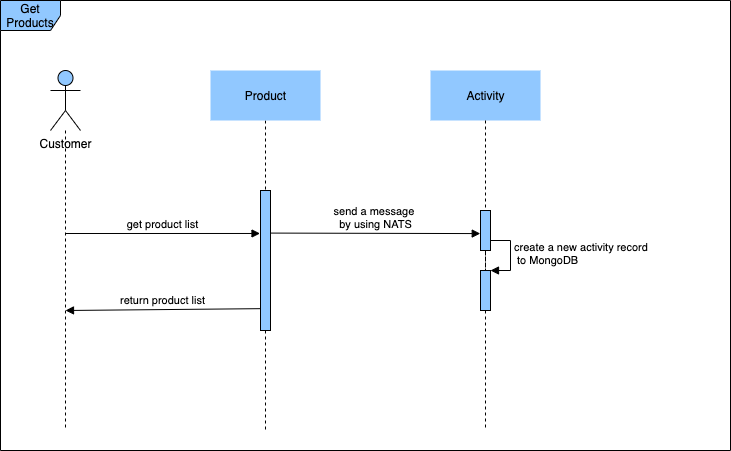
quoctrungdh/iCommerce keeps this draw.io diagram as diagrams/Get-product-UML.png. Above is the earlier version. Source tidied: cells renumbered, new cells last; positions are measured from the earlier drawing's top-left corner, leaving out a move shared by most shapes. Its diagram source:
```xml
<mxGraphModel>
  <root>
    <mxCell id="0" />
    <mxCell id="1" parent="0" />
    <mxCell id="2" value="Get Products" style="shape=umlFrame;whiteSpace=wrap;html=1;fillColor=#91C8FF;" parent="1" vertex="1">
      <mxGeometry width="730" height="450" as="geometry" />
    </mxCell>
    <mxCell id="3" style="edgeStyle=orthogonalEdgeStyle;rounded=0;jettySize=auto;html=1;dashed=1;endArrow=none;endFill=0;" parent="1" edge="1" source="4">
      <mxGeometry relative="1" as="geometry">
        <mxPoint x="65" y="430" as="targetPoint" />
      </mxGeometry>
    </mxCell>
    <mxCell id="4" value="Customer" style="shape=umlActor;verticalLabelPosition=bottom;verticalAlign=top;html=1;fillColor=#91C8FF;" parent="1" vertex="1">
      <mxGeometry x="50" y="70" width="30" height="60" as="geometry" />
    </mxCell>
    <mxCell id="5" style="edgeStyle=orthogonalEdgeStyle;rounded=0;jettySize=auto;html=1;dashed=1;endArrow=none;endFill=0;" parent="1" edge="1" source="6">
      <mxGeometry relative="1" as="geometry">
        <mxPoint x="265" y="430" as="targetPoint" />
      </mxGeometry>
    </mxCell>
    <mxCell id="6" value="Product" style="html=1;fillColor=#91C8FF;strokeColor=none;" parent="1" vertex="1">
      <mxGeometry x="210" y="70" width="110" height="50" as="geometry" />
    </mxCell>
    <mxCell id="7" style="edgeStyle=orthogonalEdgeStyle;rounded=0;jettySize=auto;html=1;dashed=1;endArrow=none;endFill=0;" parent="1" edge="1" source="16">
      <mxGeometry relative="1" as="geometry">
        <mxPoint x="485" y="430" as="targetPoint" />
      </mxGeometry>
    </mxCell>
    <mxCell id="8" value="Activity" style="html=1;fillColor=#91C8FF;strokeColor=none;" parent="1" vertex="1">
      <mxGeometry x="430" y="70" width="110" height="50" as="geometry" />
    </mxCell>
    <mxCell id="9" style="html=1;points=[];perimeter=orthogonalPerimeter;fillColor=#91C8FF;" parent="1" vertex="1">
      <mxGeometry x="260" y="190" width="10" height="140" as="geometry" />
    </mxCell>
    <mxCell id="10" value="get product list" style="html=1;verticalAlign=bottom;endArrow=block;entryX=-0.047;entryY=0.307;entryDx=0;entryDy=0;entryPerimeter=0;" parent="1" edge="1" target="9">
      <mxGeometry relative="1" as="geometry">
        <mxPoint x="65" y="233" as="sourcePoint" />
      </mxGeometry>
    </mxCell>
    <mxCell id="11" value="return product list" style="html=1;verticalAlign=bottom;endArrow=block;exitX=0;exitY=0.844;exitDx=0;exitDy=0;exitPerimeter=0;" parent="1" edge="1" source="9">
      <mxGeometry relative="1" as="geometry">
        <mxPoint x="65" y="310" as="targetPoint" />
      </mxGeometry>
    </mxCell>
    <mxCell id="12" value="send a message &lt;br&gt;by using NATS" style="html=1;verticalAlign=bottom;endArrow=block;entryX=-0.024;entryY=0.577;entryDx=0;entryDy=0;entryPerimeter=0;" parent="1" edge="1" target="15">
      <mxGeometry relative="1" as="geometry">
        <mxPoint x="270" y="232.6" as="sourcePoint" />
      </mxGeometry>
    </mxCell>
    <mxCell id="13" style="edgeStyle=orthogonalEdgeStyle;rounded=0;jettySize=auto;html=1;dashed=1;endArrow=none;endFill=0;" parent="1" edge="1" source="8" target="15">
      <mxGeometry relative="1" as="geometry" />
    </mxCell>
    <mxCell id="14" value="create a new activity record&lt;br&gt;&amp;nbsp;to MongoDB" style="edgeStyle=orthogonalEdgeStyle;html=1;align=left;spacingLeft=2;endArrow=block;rounded=0;entryX=1;entryY=0;" parent="1" edge="1" target="16">
      <mxGeometry relative="1" as="geometry">
        <mxPoint x="485" y="240" as="sourcePoint" />
        <Array as="points">
          <mxPoint x="510" y="240" />
        </Array>
      </mxGeometry>
    </mxCell>
    <mxCell id="15" style="html=1;points=[];perimeter=orthogonalPerimeter;fillColor=#91C8FF;" parent="1" vertex="1">
      <mxGeometry x="480" y="210" width="10" height="40" as="geometry" />
    </mxCell>
    <mxCell id="16" style="html=1;points=[];perimeter=orthogonalPerimeter;fillColor=#91C8FF;" parent="1" vertex="1">
      <mxGeometry x="480" y="270" width="10" height="40" as="geometry" />
    </mxCell>
    <mxCell id="17" style="edgeStyle=orthogonalEdgeStyle;rounded=0;jettySize=auto;html=1;dashed=1;endArrow=none;endFill=0;" parent="1" edge="1" source="15" target="16">
      <mxGeometry relative="1" as="geometry" />
    </mxCell>
  </root>
</mxGraphModel>
```
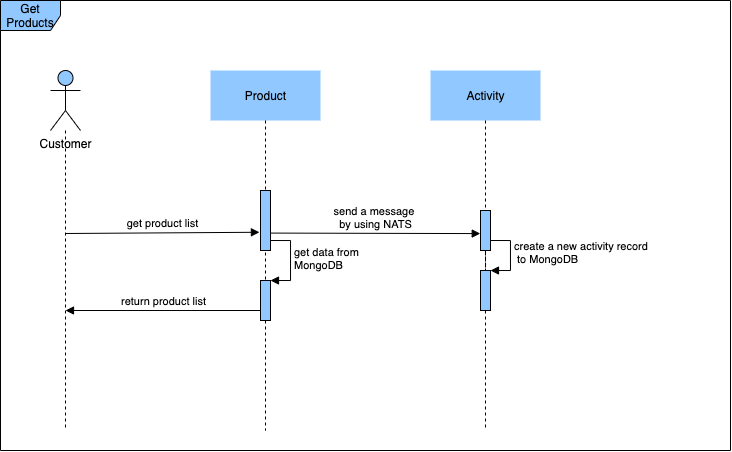
Later version of the same file.

The edit, as a diff of the source:
```diff
@@ -13,7 +13,7 @@
     <mxCell id="4" value="Customer" style="shape=umlActor;verticalLabelPosition=bottom;verticalAlign=top;html=1;fillColor=#91C8FF;" parent="1" vertex="1">
       <mxGeometry x="50" y="70" width="30" height="60" as="geometry" />
     </mxCell>
-    <mxCell id="5" style="edgeStyle=orthogonalEdgeStyle;rounded=0;jettySize=auto;html=1;dashed=1;endArrow=none;endFill=0;" parent="1" edge="1" source="6">
+    <mxCell id="5" style="edgeStyle=orthogonalEdgeStyle;rounded=0;jettySize=auto;html=1;dashed=1;endArrow=none;endFill=0;" parent="1" edge="1" source="19">
       <mxGeometry relative="1" as="geometry">
         <mxPoint x="265" y="430" as="targetPoint" />
       </mxGeometry>
@@ -29,15 +29,12 @@
     <mxCell id="8" value="Activity" style="html=1;fillColor=#91C8FF;strokeColor=none;" parent="1" vertex="1">
       <mxGeometry x="430" y="70" width="110" height="50" as="geometry" />
     </mxCell>
-    <mxCell id="9" style="html=1;points=[];perimeter=orthogonalPerimeter;fillColor=#91C8FF;" parent="1" vertex="1">
-      <mxGeometry x="260" y="190" width="10" height="140" as="geometry" />
-    </mxCell>
-    <mxCell id="10" value="get product list" style="html=1;verticalAlign=bottom;endArrow=block;entryX=-0.047;entryY=0.307;entryDx=0;entryDy=0;entryPerimeter=0;" parent="1" edge="1" target="9">
+    <mxCell id="10" value="get product list" style="html=1;verticalAlign=bottom;endArrow=block;entryX=-0.107;entryY=0.696;entryDx=0;entryDy=0;entryPerimeter=0;" parent="1" edge="1" target="9">
       <mxGeometry relative="1" as="geometry">
         <mxPoint x="65" y="233" as="sourcePoint" />
       </mxGeometry>
     </mxCell>
-    <mxCell id="11" value="return product list" style="html=1;verticalAlign=bottom;endArrow=block;exitX=0;exitY=0.844;exitDx=0;exitDy=0;exitPerimeter=0;" parent="1" edge="1" source="9">
+    <mxCell id="11" value="return product list" style="html=1;verticalAlign=bottom;endArrow=block;" parent="1" edge="1" source="19">
       <mxGeometry relative="1" as="geometry">
         <mxPoint x="65" y="310" as="targetPoint" />
       </mxGeometry>
@@ -67,5 +64,22 @@
     <mxCell id="17" style="edgeStyle=orthogonalEdgeStyle;rounded=0;jettySize=auto;html=1;dashed=1;endArrow=none;endFill=0;" parent="1" edge="1" source="15" target="16">
       <mxGeometry relative="1" as="geometry" />
     </mxCell>
+    <mxCell id="18" value="get data from &lt;br&gt;MongoDB" style="edgeStyle=orthogonalEdgeStyle;html=1;align=left;spacingLeft=2;endArrow=block;rounded=0;entryX=1;entryY=0;" parent="1" edge="1" target="19">
+      <mxGeometry relative="1" as="geometry">
+        <mxPoint x="265" y="240" as="sourcePoint" />
+        <Array as="points">
+          <mxPoint x="290" y="240" />
+        </Array>
+      </mxGeometry>
+    </mxCell>
+    <mxCell id="19" style="html=1;points=[];perimeter=orthogonalPerimeter;fillColor=#91C8FF;" parent="1" vertex="1">
+      <mxGeometry x="260" y="280" width="10" height="40" as="geometry" />
+    </mxCell>
+    <mxCell id="20" style="edgeStyle=orthogonalEdgeStyle;rounded=0;jettySize=auto;html=1;dashed=1;endArrow=none;endFill=0;" parent="1" edge="1" source="6" target="19">
+      <mxGeometry relative="1" as="geometry" />
+    </mxCell>
+    <mxCell id="9" style="html=1;points=[];perimeter=orthogonalPerimeter;fillColor=#91C8FF;" parent="1" vertex="1">
+      <mxGeometry x="260" y="190" width="10" height="60" as="geometry" />
+    </mxCell>
   </root>
 </mxGraphModel>
```
